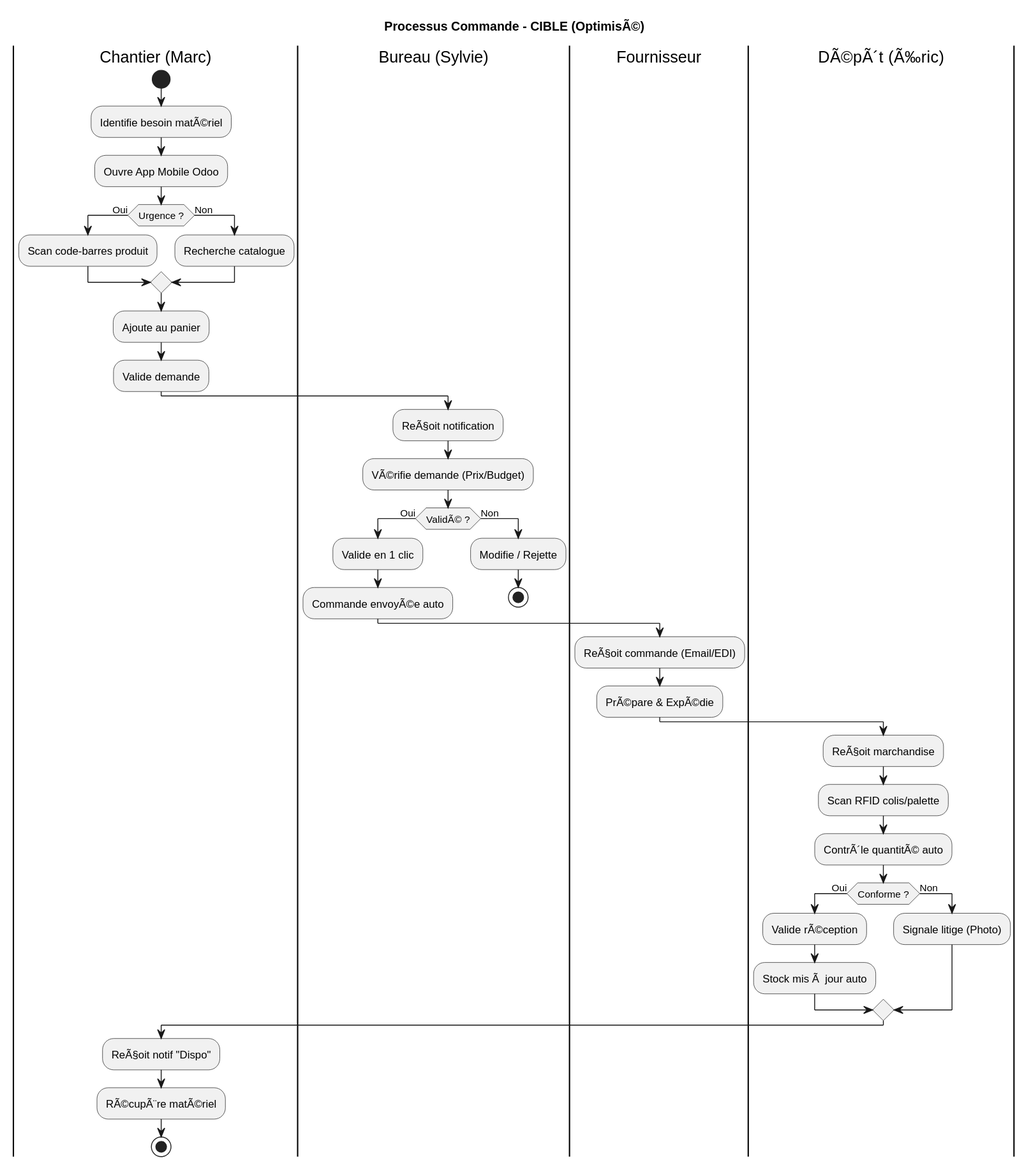
Above: Dossier_Travail/Services/Achats-Logistique/uml/svg/Processus_Commande_CIBLE.svg in JordanSerafini/Audit_Duret (PlantUML), before the change. Its diagram source:
```plantuml
@startuml
title Processus Commande - CIBLE (OptimisÃ©)

|Chantier (Marc)|
start
:Identifie besoin matÃ©riel;
:Ouvre App Mobile Odoo;
if (Urgence ?) then (Oui)
  :Scan code-barres produit;
else (Non)
  :Recherche catalogue;
endif
:Ajoute au panier;
:Valide demande;

|Bureau (Sylvie)|
:ReÃ§oit notification;
:VÃ©rifie demande (Prix/Budget);
if (ValidÃ© ?) then (Oui)
  :Valide en 1 clic;
  :Commande envoyÃ©e auto;
else (Non)
  :Modifie / Rejette;
  stop
endif

|Fournisseur|
:ReÃ§oit commande (Email/EDI);
:PrÃ©pare & ExpÃ©die;

|DÃ©pÃ´t (Ã‰ric)|
:ReÃ§oit marchandise;
:Scan RFID colis/palette;
:ContrÃ´le quantitÃ© auto;
if (Conforme ?) then (Oui)
  :Valide rÃ©ception;
  :Stock mis Ã  jour auto;
else (Non)
  :Signale litige (Photo);
endif

|Chantier (Marc)|
:ReÃ§oit notif "Dispo";
:RÃ©cupÃ¨re matÃ©riel;
stop
@enduml
```
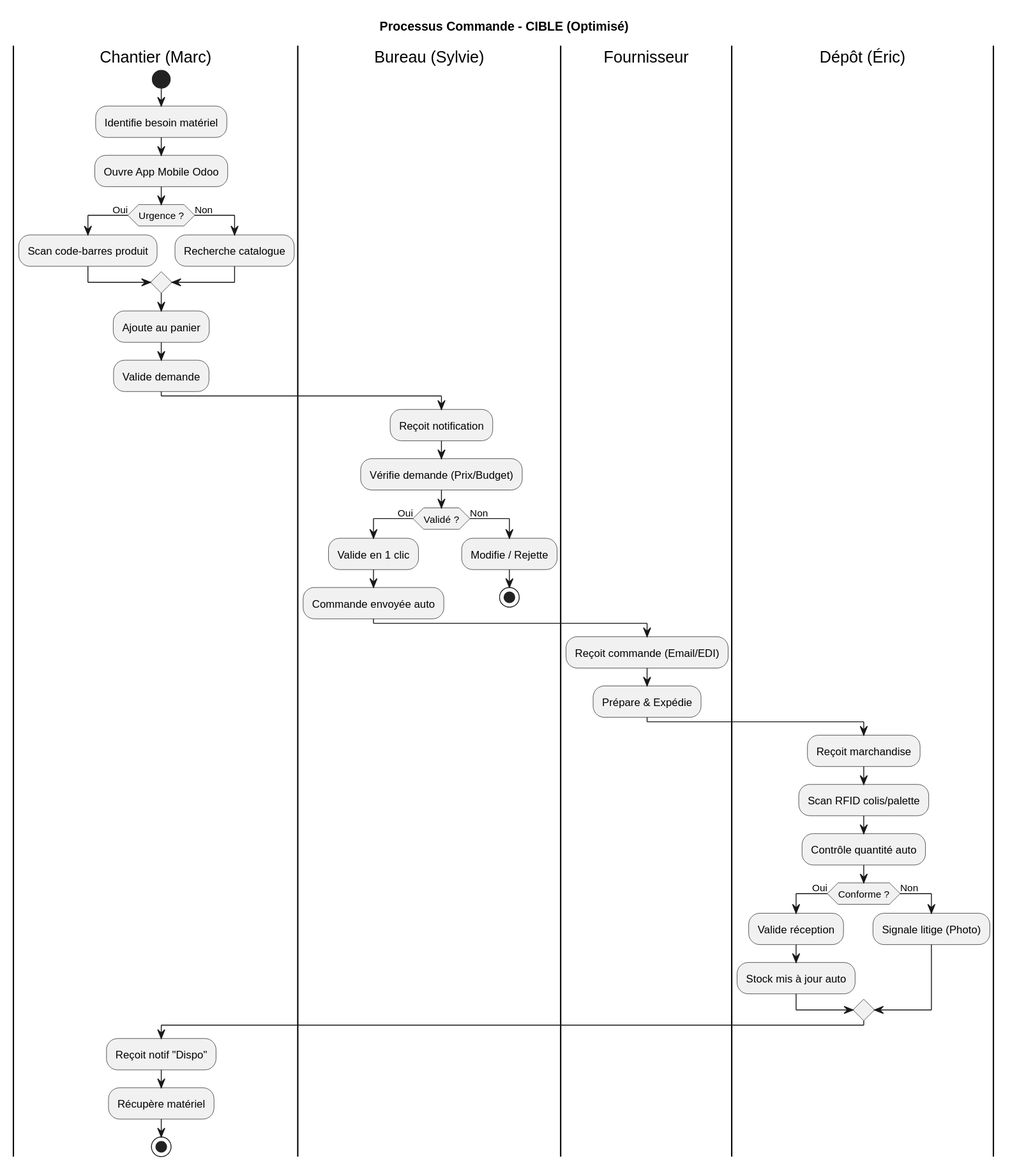
Later version of the same file.

Change to the diagram source:
```diff
@@ -1,9 +1,9 @@
 @startuml
-title Processus Commande - CIBLE (OptimisÃ©)
+title Processus Commande - CIBLE (Optimisé)
 
 |Chantier (Marc)|
 start
-:Identifie besoin matÃ©riel;
+:Identifie besoin matériel;
 :Ouvre App Mobile Odoo;
 if (Urgence ?) then (Oui)
   :Scan code-barres produit;
@@ -14,33 +14,33 @@
 :Valide demande;
 
 |Bureau (Sylvie)|
-:ReÃ§oit notification;
-:VÃ©rifie demande (Prix/Budget);
-if (ValidÃ© ?) then (Oui)
+:Reçoit notification;
+:Vérifie demande (Prix/Budget);
+if (Validé ?) then (Oui)
   :Valide en 1 clic;
-  :Commande envoyÃ©e auto;
+  :Commande envoyée auto;
 else (Non)
   :Modifie / Rejette;
   stop
 endif
 
 |Fournisseur|
-:ReÃ§oit commande (Email/EDI);
-:PrÃ©pare & ExpÃ©die;
+:Reçoit commande (Email/EDI);
+:Prépare & Expédie;
 
-|DÃ©pÃ´t (Ã‰ric)|
-:ReÃ§oit marchandise;
+|Dépôt (Éric)|
+:Reçoit marchandise;
 :Scan RFID colis/palette;
-:ContrÃ´le quantitÃ© auto;
+:Contrôle quantité auto;
 if (Conforme ?) then (Oui)
-  :Valide rÃ©ception;
-  :Stock mis Ã  jour auto;
+  :Valide réception;
+  :Stock mis à jour auto;
 else (Non)
   :Signale litige (Photo);
 endif
 
 |Chantier (Marc)|
-:ReÃ§oit notif "Dispo";
-:RÃ©cupÃ¨re matÃ©riel;
+:Reçoit notif "Dispo";
+:Récupère matériel;
 stop
 @enduml
```
